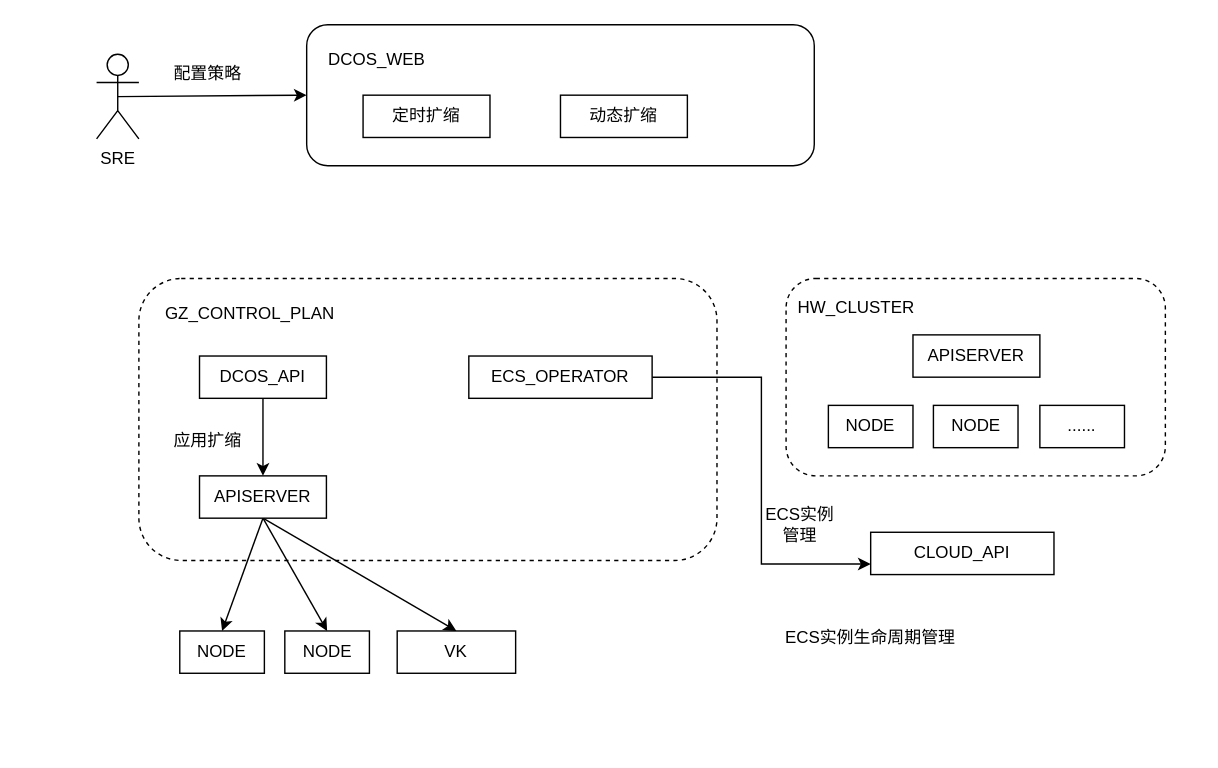
This is page "no-vk-model" (1 of 2) of mixed-cloud-schedule.drawio from Mr-lixh/diagrams, a draw.io file, before an edit. Source tidied: cells renumbered, new cells numbered last; positions are measured from the earlier drawing's top-left corner, leaving out a move shared by most shapes. Both pictures are drawn from the tidied source at 141%, with x=0, y=0 at pixel (96, 24).
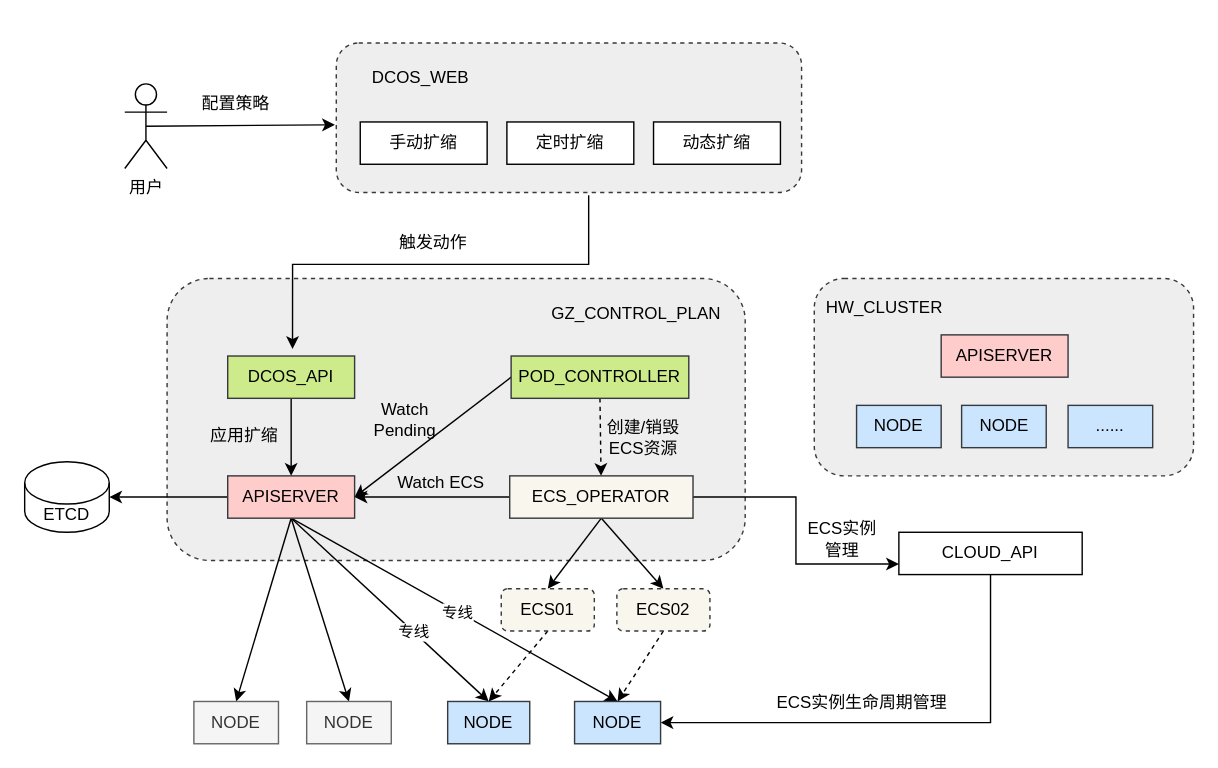
Above is the later version.

The change refers to these unchanged cells:
```xml
<mxCell id="15" style="edgeStyle=none;rounded=0;jettySize=auto;html=1;exitX=0.5;exitY=1;exitDx=0;exitDy=0;entryX=0.5;entryY=0;entryDx=0;entryDy=0;" parent="1" edge="1" source="16" target="30">
  <mxGeometry relative="1" as="geometry" />
</mxCell>
```

What changed in the source:
```diff
@@
-    <mxCell id="2" style="group;" parent="1" vertex="1">
-      <mxGeometry x="149" width="360" height="100" as="geometry" />
-    </mxCell>
-    <mxCell id="3" style="rounded=1;whiteSpace=wrap;html=1;" parent="2" vertex="1">
-      <mxGeometry width="360" height="100" as="geometry" />
-    </mxCell>
-    <mxCell id="4" value="DCOS_WEB" style="text;html=1;strokeColor=none;fillColor=none;align=center;verticalAlign=middle;whiteSpace=wrap;rounded=0;" parent="2" vertex="1">
-      <mxGeometry x="10" y="10" width="80" height="30" as="geometry" />
-    </mxCell>
-    <mxCell id="5" value="定时扩缩" style="rounded=0;whiteSpace=wrap;html=1;" parent="2" vertex="1">
-      <mxGeometry x="40" y="50" width="90" height="30" as="geometry" />
-    </mxCell>
-    <mxCell id="6" value="动态扩缩" style="rounded=0;whiteSpace=wrap;html=1;" parent="2" vertex="1">
-      <mxGeometry x="180" y="50" width="90" height="30" as="geometry" />
-    </mxCell>
+    <mxCell id="33" style="edgeStyle=orthogonalEdgeStyle;rounded=0;jettySize=auto;html=1;exitX=0.5;exitY=1;exitDx=0;exitDy=0;entryX=1;entryY=0.5;entryDx=0;entryDy=0;" parent="1" edge="1" source="7" target="41">
+      <mxGeometry relative="1" as="geometry" />
+    </mxCell>
     <mxCell id="7" value="CLOUD_API" style="rounded=0;whiteSpace=wrap;html=1;" parent="1" vertex="1">
-      <mxGeometry x="549" y="360" width="130" height="30" as="geometry" />
+      <mxGeometry x="569" y="360" width="130" height="30" as="geometry" />
     </mxCell>
-    <mxCell id="8" style="edgeStyle=none;rounded=0;jettySize=auto;html=1;exitX=0.5;exitY=0.5;exitDx=0;exitDy=0;exitPerimeter=0;entryX=0;entryY=0.5;entryDx=0;entryDy=0;" parent="1" edge="1" source="9" target="3">
-      <mxGeometry relative="1" as="geometry" />
+    <mxCell id="8" style="edgeStyle=none;rounded=0;jettySize=auto;html=1;exitX=0.5;exitY=0.5;exitDx=0;exitDy=0;exitPerimeter=0;entryX=0;entryY=0.5;entryDx=0;entryDy=0;" parent="1" edge="1" source="9">
+      <mxGeometry relative="1" as="geometry">
+        <mxPoint x="169" y="71" as="targetPoint" />
+      </mxGeometry>
     </mxCell>
-    <mxCell id="9" value="SRE" style="shape=umlActor;verticalLabelPosition=bottom;verticalAlign=top;html=1;outlineConnect=0;" parent="1" vertex="1">
-      <mxGeometry y="21" width="30" height="60" as="geometry" />
+    <mxCell id="9" value="用户" style="shape=umlActor;verticalLabelPosition=bottom;verticalAlign=top;html=1;outlineConnect=0;" parent="1" vertex="1">
+      <mxGeometry x="20" y="42" width="30" height="60" as="geometry" />
     </mxCell>
     <mxCell id="10" value="配置策略" style="text;html=1;strokeColor=none;fillColor=none;align=center;verticalAlign=middle;whiteSpace=wrap;rounded=0;" parent="1" vertex="1">
-      <mxGeometry x="49" y="20" width="60" height="30" as="geometry" />
+      <mxGeometry x="69" y="41" width="60" height="30" as="geometry" />
     </mxCell>
-    <mxCell id="11" style="rounded=1;whiteSpace=wrap;html=1;strokeColor=default;strokeWidth=1;dashed=1;" parent="1" vertex="1">
-      <mxGeometry x="30" y="180" width="410" height="200" as="geometry" />
+    <mxCell id="11" style="rounded=1;whiteSpace=wrap;html=1;strokeWidth=1;dashed=1;fillColor=#eeeeee;strokeColor=#36393d;" parent="1" vertex="1">
+      <mxGeometry x="50" y="180" width="410" height="200" as="geometry" />
     </mxCell>
     <mxCell id="12" value="GZ_CONTROL_PLAN" style="text;html=1;strokeColor=none;fillColor=none;align=center;verticalAlign=middle;whiteSpace=wrap;rounded=0;" parent="1" vertex="1">
-      <mxGeometry x="79" y="190" width="60" height="30" as="geometry" />
+      <mxGeometry x="353" y="190" width="60" height="30" as="geometry" />
     </mxCell>
@@
+    <mxCell id="34" value="专线" style="edgeLabel;html=1;align=center;verticalAlign=middle;" parent="15" vertex="1">
+      <mxGeometry x="0.24" relative="1" as="geometry" />
+    </mxCell>
+    <mxCell id="35" style="edgeStyle=none;rounded=0;jettySize=auto;html=1;exitX=0.5;exitY=1;exitDx=0;exitDy=0;entryX=0.5;entryY=0;entryDx=0;entryDy=0;" parent="1" edge="1" source="16" target="41">
+      <mxGeometry relative="1" as="geometry" />
+    </mxCell>
+    <mxCell id="36" value="专线" style="edgeLabel;html=1;align=center;verticalAlign=middle;" parent="35" vertex="1">
+      <mxGeometry x="0.02" y="-1" relative="1" as="geometry" />
+    </mxCell>
+    <mxCell id="37" style="edgeStyle=none;rounded=0;jettySize=auto;html=1;exitX=0;exitY=0.5;exitDx=0;exitDy=0;entryX=1;entryY=0.5;entryDx=0;entryDy=0;entryPerimeter=0;" parent="1" edge="1" source="16" target="56">
+      <mxGeometry relative="1" as="geometry" />
+    </mxCell>
-    <mxCell id="16" value="APISERVER" style="rounded=0;whiteSpace=wrap;html=1;" parent="1" vertex="1">
-      <mxGeometry x="73" y="320" width="90" height="30" as="geometry" />
+    <mxCell id="16" value="APISERVER" style="rounded=0;whiteSpace=wrap;html=1;fillColor=#ffcccc;strokeColor=#36393d;" parent="1" vertex="1">
+      <mxGeometry x="93" y="320" width="90" height="30" as="geometry" />
     </mxCell>
@@
-    <mxCell id="18" value="DCOS_API" style="rounded=0;whiteSpace=wrap;html=1;" parent="1" vertex="1">
-      <mxGeometry x="73" y="235" width="90" height="30" as="geometry" />
+    <mxCell id="18" value="DCOS_API" style="rounded=0;whiteSpace=wrap;html=1;fillColor=#cdeb8b;strokeColor=#36393d;" parent="1" vertex="1">
+      <mxGeometry x="93" y="235" width="90" height="30" as="geometry" />
     </mxCell>
@@
+    <mxCell id="38" style="edgeStyle=none;rounded=0;jettySize=auto;html=1;exitX=0;exitY=0.5;exitDx=0;exitDy=0;entryX=1;entryY=0.5;entryDx=0;entryDy=0;" parent="1" edge="1" source="20" target="16">
+      <mxGeometry relative="1" as="geometry" />
+    </mxCell>
+    <mxCell id="39" style="edgeStyle=none;rounded=0;jettySize=auto;html=1;entryX=0.5;entryY=0;entryDx=0;entryDy=0;" parent="1" edge="1" target="52">
+      <mxGeometry relative="1" as="geometry">
+        <mxPoint x="358" y="350" as="sourcePoint" />
+      </mxGeometry>
+    </mxCell>
+    <mxCell id="40" style="edgeStyle=none;rounded=0;jettySize=auto;html=1;exitX=0.5;exitY=1;exitDx=0;exitDy=0;entryX=0.5;entryY=0;entryDx=0;entryDy=0;" parent="1" edge="1" source="20" target="54">
+      <mxGeometry relative="1" as="geometry" />
+    </mxCell>
-    <mxCell id="20" value="ECS_OPERATOR" style="rounded=0;whiteSpace=wrap;html=1;" parent="1" vertex="1">
-      <mxGeometry x="264" y="235" width="130" height="30" as="geometry" />
+    <mxCell id="20" value="ECS_OPERATOR" style="rounded=0;whiteSpace=wrap;html=1;fillColor=#f9f7ed;strokeColor=#36393d;" parent="1" vertex="1">
+      <mxGeometry x="293" y="320" width="130" height="30" as="geometry" />
     </mxCell>
-    <mxCell id="21" style="rounded=1;whiteSpace=wrap;html=1;strokeColor=default;strokeWidth=1;dashed=1;" parent="1" vertex="1">
-      <mxGeometry x="489" y="180" width="269" height="140" as="geometry" />
+    <mxCell id="21" style="rounded=1;whiteSpace=wrap;html=1;strokeColor=#36393d;strokeWidth=1;dashed=1;fillColor=#eeeeee;" parent="1" vertex="1">
+      <mxGeometry x="509" y="180" width="269" height="140" as="geometry" />
     </mxCell>
     <mxCell id="22" value="HW_CLUSTER" style="text;html=1;strokeColor=none;fillColor=none;align=center;verticalAlign=middle;whiteSpace=wrap;rounded=0;" parent="1" vertex="1">
-      <mxGeometry x="509" y="186" width="60" height="30" as="geometry" />
+      <mxGeometry x="529" y="186" width="60" height="30" as="geometry" />
     </mxCell>
-    <mxCell id="23" value="APISERVER" style="rounded=0;whiteSpace=wrap;html=1;" parent="1" vertex="1">
-      <mxGeometry x="579" y="220" width="90" height="30" as="geometry" />
+    <mxCell id="23" value="APISERVER" style="rounded=0;whiteSpace=wrap;html=1;fillColor=#ffcccc;strokeColor=#36393d;" parent="1" vertex="1">
+      <mxGeometry x="599" y="220" width="90" height="30" as="geometry" />
     </mxCell>
-    <mxCell id="24" value="NODE" style="rounded=0;whiteSpace=wrap;html=1;" parent="1" vertex="1">
-      <mxGeometry x="519" y="270" width="60" height="30" as="geometry" />
+    <mxCell id="24" value="NODE" style="rounded=0;whiteSpace=wrap;html=1;fillColor=#cce5ff;strokeColor=#36393d;" parent="1" vertex="1">
+      <mxGeometry x="539" y="270" width="60" height="30" as="geometry" />
     </mxCell>
-    <mxCell id="25" value="NODE" style="rounded=0;whiteSpace=wrap;html=1;" parent="1" vertex="1">
-      <mxGeometry x="593.5" y="270" width="60" height="30" as="geometry" />
+    <mxCell id="25" value="NODE" style="rounded=0;whiteSpace=wrap;html=1;fillColor=#cce5ff;strokeColor=#36393d;" parent="1" vertex="1">
+      <mxGeometry x="613.5" y="270" width="60" height="30" as="geometry" />
     </mxCell>
-    <mxCell id="26" value="......" style="rounded=0;whiteSpace=wrap;html=1;" parent="1" vertex="1">
-      <mxGeometry x="669" y="270" width="60" height="30" as="geometry" />
+    <mxCell id="26" value="......" style="rounded=0;whiteSpace=wrap;html=1;fillColor=#cce5ff;strokeColor=#36393d;" parent="1" vertex="1">
+      <mxGeometry x="689" y="270" width="60" height="30" as="geometry" />
     </mxCell>
     <mxCell id="27" value="ECS实例管理" style="text;html=1;strokeColor=none;fillColor=none;align=center;verticalAlign=middle;whiteSpace=wrap;rounded=0;dashed=1;" parent="1" vertex="1">
-      <mxGeometry x="469" y="340" width="60" height="30" as="geometry" />
+      <mxGeometry x="499" y="350" width="60" height="30" as="geometry" />
     </mxCell>
-    <mxCell id="28" value="NODE" style="rounded=0;whiteSpace=wrap;html=1;" parent="1" vertex="1">
-      <mxGeometry x="59" y="430" width="60" height="30" as="geometry" />
+    <mxCell id="28" value="NODE" style="rounded=0;whiteSpace=wrap;html=1;fillColor=#f5f5f5;fontColor=#333333;strokeColor=#666666;" parent="1" vertex="1">
+      <mxGeometry x="69" y="480" width="60" height="30" as="geometry" />
     </mxCell>
-    <mxCell id="29" value="NODE" style="rounded=0;whiteSpace=wrap;html=1;" parent="1" vertex="1">
-      <mxGeometry x="133.5" y="430" width="60" height="30" as="geometry" />
+    <mxCell id="29" value="NODE" style="rounded=0;whiteSpace=wrap;html=1;fillColor=#f5f5f5;fontColor=#333333;strokeColor=#666666;" parent="1" vertex="1">
+      <mxGeometry x="149" y="480" width="60" height="30" as="geometry" />
     </mxCell>
-    <mxCell id="30" value="VK" style="rounded=0;whiteSpace=wrap;html=1;" parent="1" vertex="1">
-      <mxGeometry x="213.2" y="430" width="84" height="30" as="geometry" />
+    <mxCell id="30" value="NODE" style="rounded=0;whiteSpace=wrap;html=1;fillColor=#cce5ff;strokeColor=#36393d;" parent="1" vertex="1">
+      <mxGeometry x="249" y="480" width="58.2" height="30" as="geometry" />
     </mxCell>
     <mxCell id="31" value="ECS实例生命周期管理" style="text;html=1;strokeColor=none;fillColor=none;align=center;verticalAlign=middle;whiteSpace=wrap;rounded=0;dashed=1;" parent="1" vertex="1">
-      <mxGeometry x="484" y="420" width="130" height="30" as="geometry" />
+      <mxGeometry x="478" y="466" width="130" height="30" as="geometry" />
     </mxCell>
     <mxCell id="32" value="应用扩缩" style="text;html=1;strokeColor=none;fillColor=none;align=center;verticalAlign=middle;whiteSpace=wrap;rounded=0;dashed=1;" parent="1" vertex="1">
-      <mxGeometry x="49" y="280" width="60" height="30" as="geometry" />
+      <mxGeometry x="75" y="277" width="60" height="30" as="geometry" />
     </mxCell>
+    <mxCell id="41" value="NODE" style="rounded=0;whiteSpace=wrap;html=1;fillColor=#cce5ff;strokeColor=#36393d;" parent="1" vertex="1">
+      <mxGeometry x="339" y="480" width="61" height="30" as="geometry" />
+    </mxCell>
+    <mxCell id="42" style="edgeStyle=none;rounded=0;jettySize=auto;html=1;exitX=0;exitY=0.5;exitDx=0;exitDy=0;entryX=1;entryY=0.5;entryDx=0;entryDy=0;" parent="1" edge="1" source="44" target="16">
+      <mxGeometry relative="1" as="geometry" />
+    </mxCell>
+    <mxCell id="43" style="edgeStyle=none;rounded=0;jettySize=auto;html=1;exitX=0.5;exitY=1;exitDx=0;exitDy=0;dashed=1;" parent="1" edge="1" source="44" target="20">
+      <mxGeometry relative="1" as="geometry" />
+    </mxCell>
+    <mxCell id="44" value="POD_CONTROLLER" style="rounded=0;whiteSpace=wrap;html=1;fillColor=#cdeb8b;strokeColor=#36393d;" parent="1" vertex="1">
+      <mxGeometry x="294" y="235" width="126" height="30" as="geometry" />
+    </mxCell>
+    <mxCell id="45" value="Watch Pending" style="text;html=1;strokeColor=none;fillColor=none;align=center;verticalAlign=middle;whiteSpace=wrap;rounded=0;" parent="1" vertex="1">
+      <mxGeometry x="189" y="265" width="60" height="30" as="geometry" />
+    </mxCell>
+    <mxCell id="46" value="Watch ECS" style="text;html=1;strokeColor=none;fillColor=none;align=center;verticalAlign=middle;whiteSpace=wrap;rounded=0;" parent="1" vertex="1">
+      <mxGeometry x="210" y="310" width="69" height="30" as="geometry" />
+    </mxCell>
+    <mxCell id="47" style="edgeStyle=orthogonalEdgeStyle;rounded=0;jettySize=auto;html=1;exitX=0.5;exitY=1;exitDx=0;exitDy=0;entryX=0.217;entryY=0.25;entryDx=0;entryDy=0;entryPerimeter=0;" parent="1" edge="1" target="11">
+      <mxGeometry relative="1" as="geometry">
+        <mxPoint x="349" y="121" as="sourcePoint" />
+        <Array as="points">
+          <mxPoint x="349" y="170" />
+          <mxPoint x="139" y="170" />
+        </Array>
+      </mxGeometry>
+    </mxCell>
+    <mxCell id="48" value="触发动作" style="text;html=1;strokeColor=none;fillColor=none;align=center;verticalAlign=middle;whiteSpace=wrap;rounded=0;dashed=1;" parent="1" vertex="1">
+      <mxGeometry x="209" y="140" width="60" height="30" as="geometry" />
+    </mxCell>
+    <mxCell id="49" style="rounded=1;whiteSpace=wrap;html=1;strokeColor=#36393d;strokeWidth=1;dashed=1;fillColor=#eeeeee;" parent="1" vertex="1">
+      <mxGeometry x="170" y="13" width="330" height="106" as="geometry" />
+    </mxCell>
+    <mxCell id="5" value="手动扩缩" style="rounded=0;whiteSpace=wrap;html=1;" parent="1" vertex="1">
+      <mxGeometry x="187" y="69" width="90" height="30" as="geometry" />
+    </mxCell>
+    <mxCell id="50" value="定时扩缩" style="rounded=0;whiteSpace=wrap;html=1;" parent="1" vertex="1">
+      <mxGeometry x="291" y="69" width="90" height="30" as="geometry" />
+    </mxCell>
+    <mxCell id="6" value="动态扩缩" style="rounded=0;whiteSpace=wrap;html=1;" parent="1" vertex="1">
+      <mxGeometry x="395" y="69" width="90" height="30" as="geometry" />
+    </mxCell>
+    <mxCell id="4" value="DCOS_WEB" style="text;html=1;strokeColor=none;fillColor=none;align=center;verticalAlign=middle;whiteSpace=wrap;rounded=0;" parent="1" vertex="1">
+      <mxGeometry x="190" y="23" width="80" height="30" as="geometry" />
+    </mxCell>
+    <mxCell id="51" style="edgeStyle=none;rounded=0;jettySize=auto;html=1;exitX=0.5;exitY=1;exitDx=0;exitDy=0;entryX=0.5;entryY=0;entryDx=0;entryDy=0;dashed=1;" parent="1" edge="1" source="52" target="30">
+      <mxGeometry relative="1" as="geometry" />
+    </mxCell>
+    <mxCell id="52" value="ECS01" style="rounded=1;whiteSpace=wrap;html=1;dashed=1;fillColor=#f9f7ed;strokeColor=#36393d;" parent="1" vertex="1">
+      <mxGeometry x="287" y="400" width="66" height="30" as="geometry" />
+    </mxCell>
+    <mxCell id="53" style="edgeStyle=none;rounded=0;jettySize=auto;html=1;exitX=0.5;exitY=1;exitDx=0;exitDy=0;entryX=0.5;entryY=0;entryDx=0;entryDy=0;dashed=1;" parent="1" edge="1" source="54" target="41">
+      <mxGeometry relative="1" as="geometry" />
+    </mxCell>
+    <mxCell id="54" value="ECS02" style="rounded=1;whiteSpace=wrap;html=1;dashed=1;fillColor=#f9f7ed;strokeColor=#36393d;" parent="1" vertex="1">
+      <mxGeometry x="369" y="400" width="66" height="30" as="geometry" />
+    </mxCell>
+    <mxCell id="55" value="创建/销毁ECS资源" style="text;html=1;strokeColor=none;fillColor=none;align=center;verticalAlign=middle;whiteSpace=wrap;rounded=0;dashed=1;" parent="1" vertex="1">
+      <mxGeometry x="358" y="278" width="60" height="30" as="geometry" />
+    </mxCell>
+    <mxCell id="56" value="ETCD" style="shape=cylinder3;whiteSpace=wrap;html=1;boundedLbl=1;backgroundOutline=1;size=15;rounded=1;" parent="1" vertex="1">
+      <mxGeometry x="-51" y="310" width="60" height="50" as="geometry" />
+    </mxCell>
```
